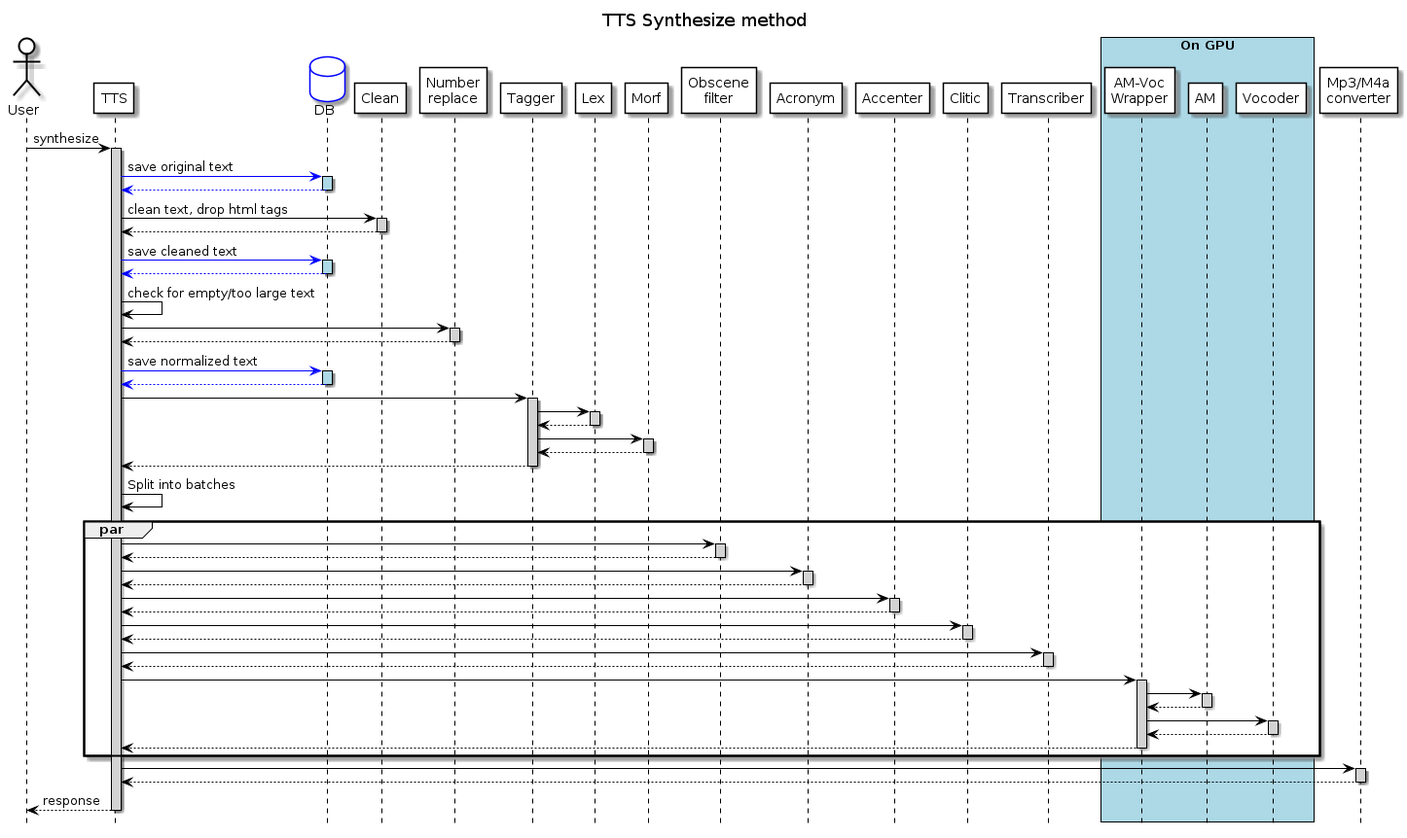
Above: info/tts.png in airenas/tts-line (PlantUML), before the change.
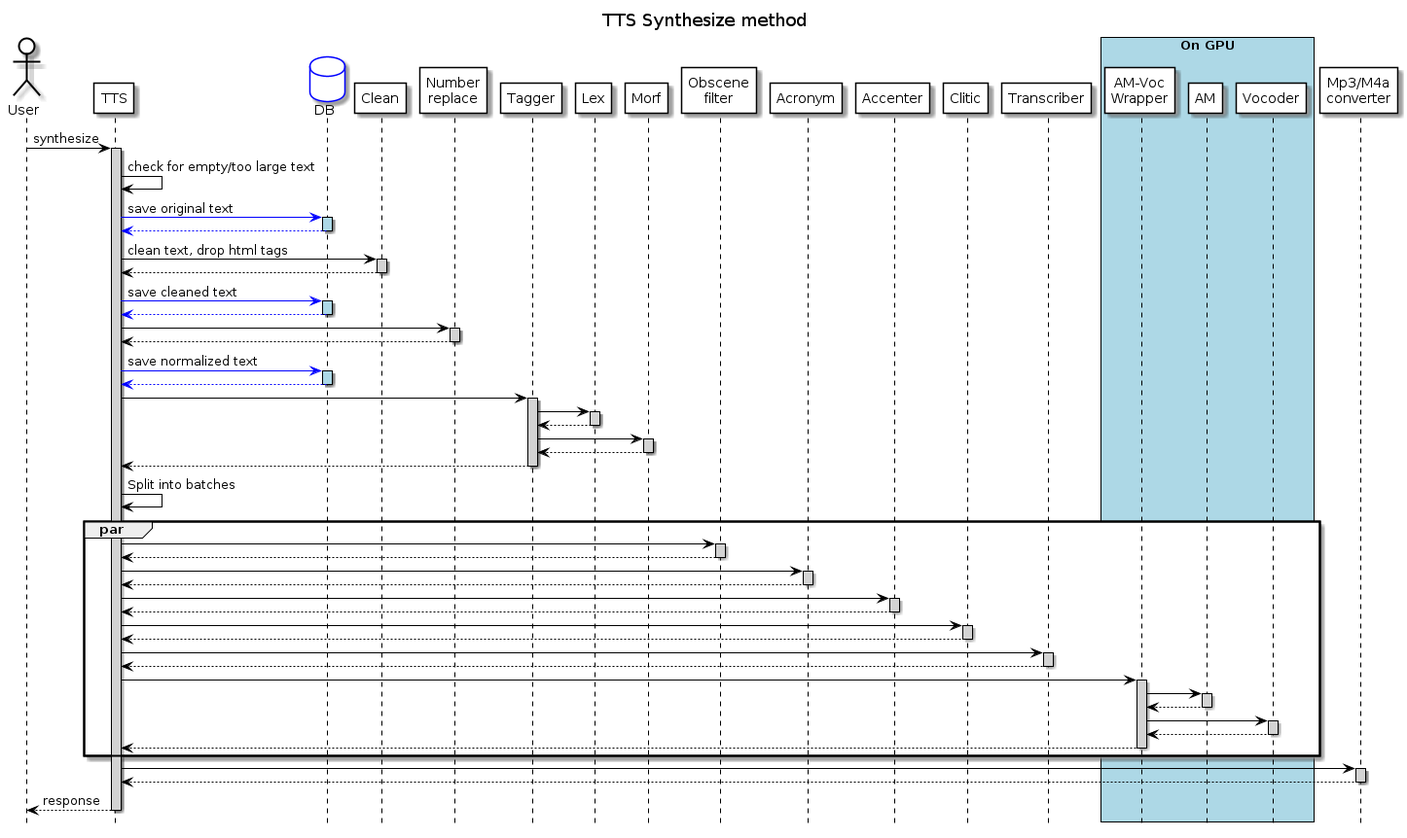
The same diagram one commit later.

Diff of the diagram source:
```diff
@@ -44,6 +44,8 @@
 User -> tts: synthesize
 activate tts
 
+tts -> tts: check for empty/too large text
+
 tts -[#blue]> DB: save original text
 activate DB #lightblue
 DB -[#blue]-> tts:
@@ -59,7 +61,6 @@
 DB -[#blue]-> tts:
 deactivate DB
 
-tts -> tts: check for empty/too large text
 
 tts -> num:
 activate num
```
